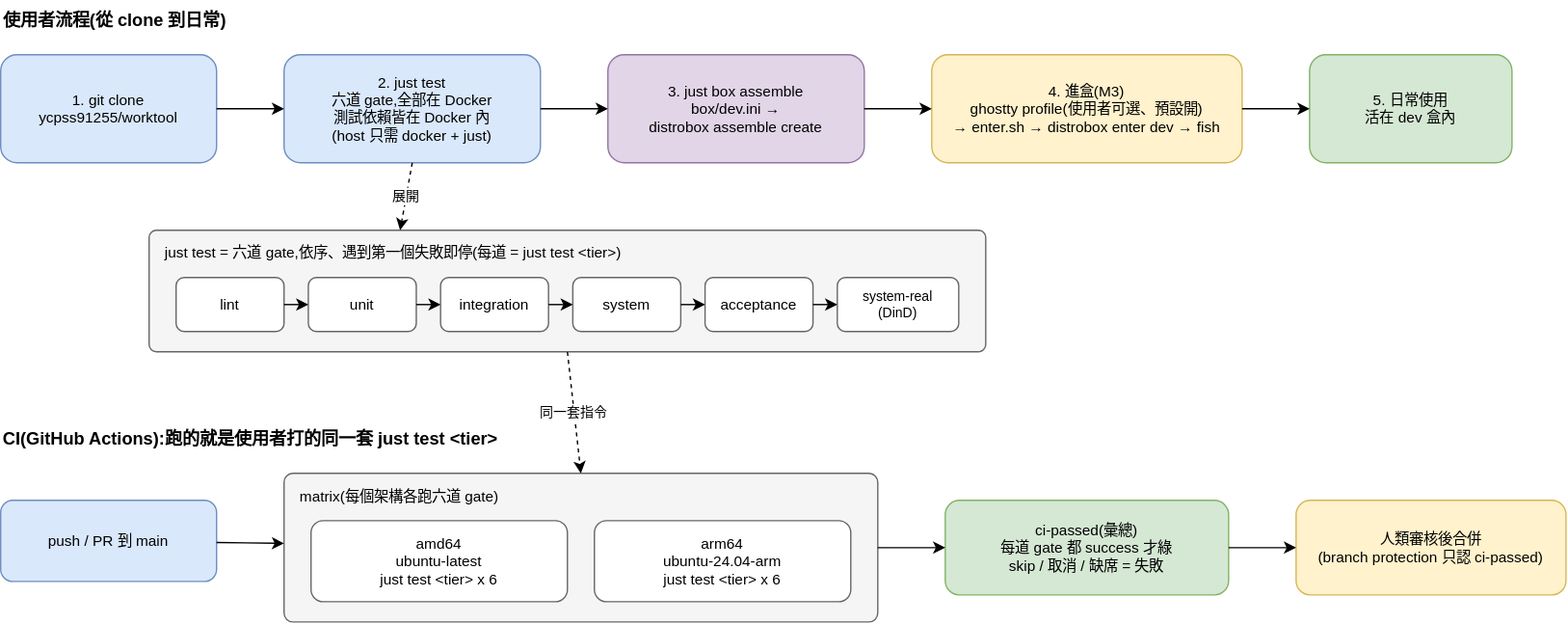
Above: doc/diagram/flow.drawio.svg in ycpss91255/worktool (draw.io), before the change. Source tidied: cells renumbered, new cells last; positions are measured from the earlier drawing's top-left corner, leaving out a move shared by most shapes.
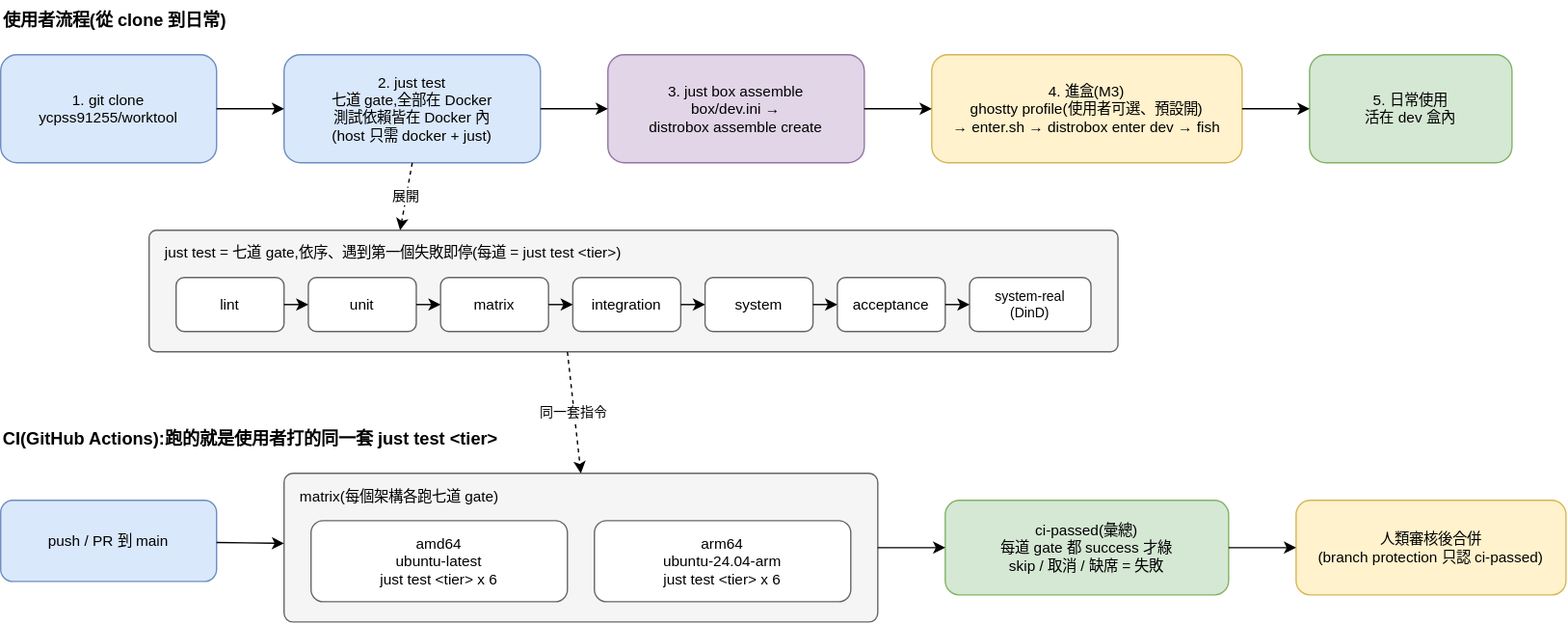
Later version of the same file.

Commit message:
fix(docs): align README and editable flow with seven test stages

Diff of the diagram source:
```diff
@@ -8,7 +8,7 @@
     <mxCell id="3" value="1. git clone&#10;ycpss91255/worktool" style="rounded=1;fillColor=#dae8fc;strokeColor=#6c8ebf;fontSize=11;" parent="1" vertex="1">
       <mxGeometry y="40" width="160" height="80" as="geometry" />
     </mxCell>
-    <mxCell id="4" value="2. just test&#10;六道 gate,全部在 Docker&#10;測試依賴皆在 Docker 內&#10;(host 只需 docker + just)" style="rounded=1;fillColor=#dae8fc;strokeColor=#6c8ebf;fontSize=11;" parent="1" vertex="1">
+    <mxCell id="4" value="2. just test&#10;七道 gate,全部在 Docker&#10;測試依賴皆在 Docker 內&#10;(host 只需 docker + just)" style="rounded=1;fillColor=#dae8fc;strokeColor=#6c8ebf;fontSize=11;" parent="1" vertex="1">
       <mxGeometry x="210" y="40" width="190" height="80" as="geometry" />
     </mxCell>
     <mxCell id="5" value="3. just box assemble&#10;box/dev.ini →&#10;distrobox assemble create" style="rounded=1;fillColor=#e1d5e7;strokeColor=#9673a6;fontSize=11;" parent="1" vertex="1">
@@ -32,8 +32,8 @@
     <mxCell id="11" style="endArrow=classic;" parent="1" edge="1" source="6" target="7">
       <mxGeometry relative="1" as="geometry" />
     </mxCell>
-    <mxCell id="12" value="just test = 六道 gate,依序、遇到第一個失敗即停(每道 = just test &lt;tier&gt;)" style="rounded=1;arcSize=6;verticalAlign=top;align=left;spacingLeft=10;spacingTop=4;fillColor=#f5f5f5;strokeColor=#666666;fontSize=11;" parent="1" vertex="1">
-      <mxGeometry x="110" y="170" width="620" height="90" as="geometry" />
+    <mxCell id="12" value="just test = 七道 gate,依序、遇到第一個失敗即停(每道 = just test &lt;tier&gt;)" style="rounded=1;arcSize=6;verticalAlign=top;align=left;spacingLeft=10;spacingTop=4;fillColor=#f5f5f5;strokeColor=#666666;fontSize=11;" parent="1" vertex="1">
+      <mxGeometry x="110" y="170" width="718" height="90" as="geometry" />
     </mxCell>
     <mxCell id="13" value="lint" style="rounded=1;fillColor=#ffffff;strokeColor=#666666;fontSize=11;" parent="1" vertex="1">
       <mxGeometry x="130" y="205" width="80" height="40" as="geometry" />
@@ -41,24 +41,30 @@
     <mxCell id="14" value="unit" style="rounded=1;fillColor=#ffffff;strokeColor=#666666;fontSize=11;" parent="1" vertex="1">
       <mxGeometry x="228" y="205" width="80" height="40" as="geometry" />
     </mxCell>
+    <mxCell id="36" value="matrix" style="rounded=1;fillColor=#ffffff;strokeColor=#666666;fontSize=11;" parent="1" vertex="1">
+      <mxGeometry x="326" y="205" width="80" height="40" as="geometry" />
+    </mxCell>
-    <mxCell id="15" value="integration" style="rounded=1;fillColor=#ffffff;strokeColor=#666666;fontSize=11;" parent="1" vertex="1">
-      <mxGeometry x="326" y="205" width="80" height="40" as="geometry" />
+    <mxCell id="15" value="integration" style="rounded=1;fillColor=#ffffff;strokeColor=#666666;fontSize=11;" parent="1" vertex="99">
+      <mxGeometry x="424" y="205" width="80" height="40" as="geometry" />
     </mxCell>
-    <mxCell id="16" value="system" style="rounded=1;fillColor=#ffffff;strokeColor=#666666;fontSize=11;" parent="1" vertex="1">
-      <mxGeometry x="424" y="205" width="80" height="40" as="geometry" />
+    <mxCell id="16" value="system" style="rounded=1;fillColor=#ffffff;strokeColor=#666666;fontSize=11;" parent="1" vertex="99">
+      <mxGeometry x="522" y="205" width="80" height="40" as="geometry" />
     </mxCell>
-    <mxCell id="17" value="acceptance" style="rounded=1;fillColor=#ffffff;strokeColor=#666666;fontSize=11;" parent="1" vertex="1">
-      <mxGeometry x="522" y="205" width="80" height="40" as="geometry" />
+    <mxCell id="17" value="acceptance" style="rounded=1;fillColor=#ffffff;strokeColor=#666666;fontSize=11;" parent="1" vertex="99">
+      <mxGeometry x="620" y="205" width="80" height="40" as="geometry" />
     </mxCell>
-    <mxCell id="18" value="system-real&#10;(DinD)" style="rounded=1;fillColor=#ffffff;strokeColor=#666666;fontSize=10;" parent="1" vertex="1">
-      <mxGeometry x="620" y="205" width="90" height="40" as="geometry" />
+    <mxCell id="18" value="system-real&#10;(DinD)" style="rounded=1;fillColor=#ffffff;strokeColor=#666666;fontSize=10;" parent="1" vertex="99">
+      <mxGeometry x="718" y="205" width="90" height="40" as="geometry" />
     </mxCell>
     <mxCell id="19" style="endArrow=classic;" parent="1" edge="1" source="13" target="14">
       <mxGeometry relative="1" as="geometry" />
     </mxCell>
-    <mxCell id="20" style="endArrow=classic;" parent="1" edge="1" source="14" target="15">
+    <mxCell id="20" style="endArrow=classic;" parent="1" edge="1" source="14" target="36">
       <mxGeometry relative="1" as="geometry" />
     </mxCell>
+    <mxCell id="37" style="endArrow=classic;" parent="1" edge="1" source="36" target="15">
+      <mxGeometry relative="1" as="geometry" />
+    </mxCell>
     <mxCell id="21" style="endArrow=classic;" parent="1" edge="1" source="15" target="16">
       <mxGeometry relative="1" as="geometry" />
     </mxCell>
@@ -77,7 +83,7 @@
     <mxCell id="26" value="push / PR 到 main" style="rounded=1;fillColor=#dae8fc;strokeColor=#6c8ebf;fontSize=11;" parent="1" vertex="1">
       <mxGeometry y="370" width="160" height="60" as="geometry" />
     </mxCell>
-    <mxCell id="27" value="matrix(每個架構各跑六道 gate)" style="rounded=1;arcSize=6;verticalAlign=top;align=left;spacingLeft=10;spacingTop=4;fillColor=#f5f5f5;strokeColor=#666666;fontSize=11;" parent="1" vertex="1">
+    <mxCell id="27" value="matrix(每個架構各跑七道 gate)" style="rounded=1;arcSize=6;verticalAlign=top;align=left;spacingLeft=10;spacingTop=4;fillColor=#f5f5f5;strokeColor=#666666;fontSize=11;" parent="1" vertex="1">
       <mxGeometry x="210" y="350" width="440" height="110" as="geometry" />
     </mxCell>
     <mxCell id="28" value="amd64&#10;ubuntu-latest&#10;just test &lt;tier&gt; x 6" style="rounded=1;fillColor=#ffffff;strokeColor=#666666;fontSize=11;" parent="1" vertex="1">
```
